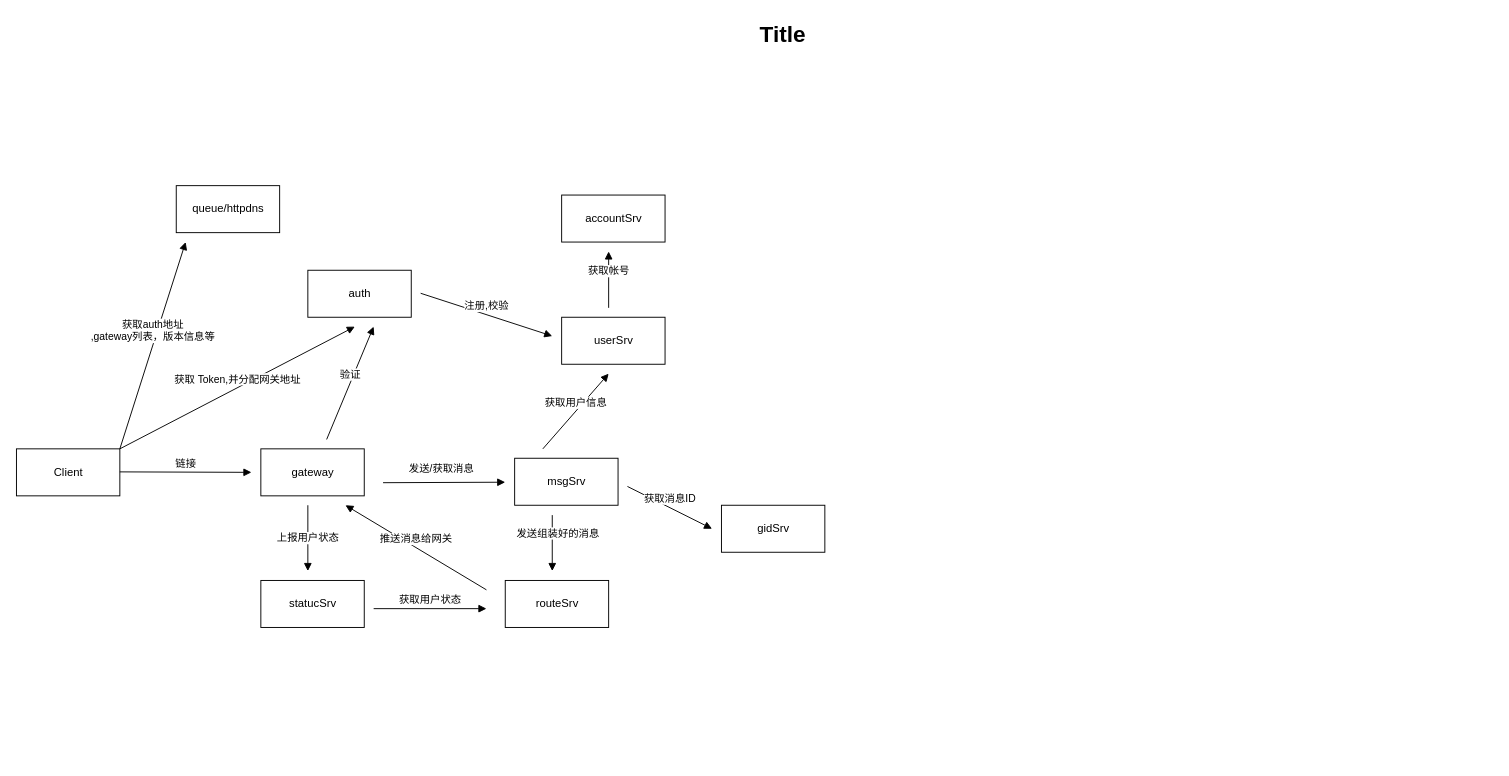
Above: drawio/IM2.0.Process.drawio in hwholiday/learning_tools (draw.io), before the change. Source tidied: cells renumbered, new cells numbered last; positions are measured from the earlier drawing's top-left corner, leaving out a move shared by most shapes. Both pictures are drawn from the tidied source at 94%, with x=0, y=0 at pixel (16, 16).
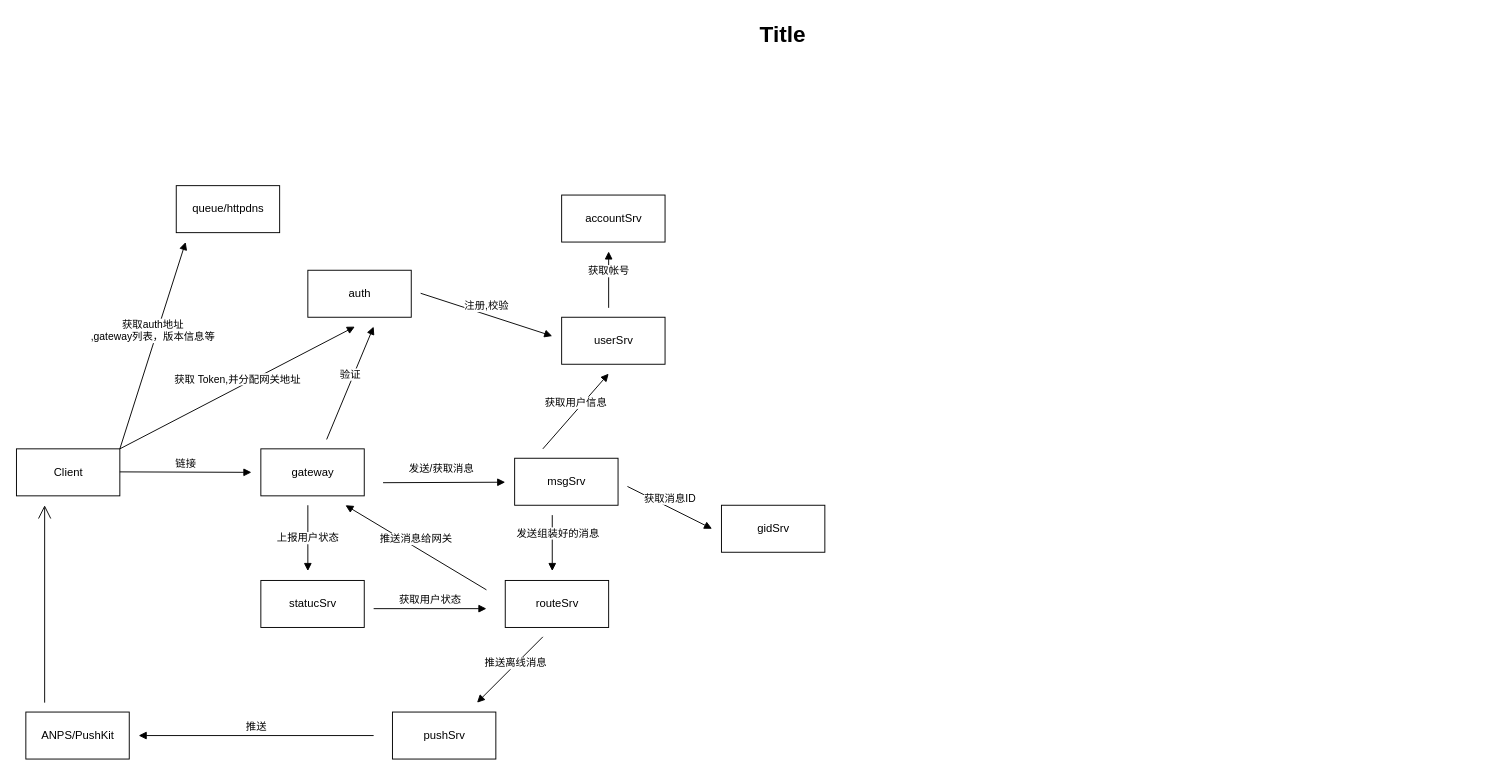
The same page after the edit.

The edit, as a diff of the source:
```diff
@@
+    <mxCell id="26" value="pushSrv" style="html=1;" parent="1" vertex="1">
+      <mxGeometry x="400" y="740" width="110" height="50" as="geometry" />
+    </mxCell>
+    <mxCell id="27" value="推送离线消息" style="html=1;verticalAlign=bottom;endArrow=block;" parent="1" edge="1">
+      <mxGeometry x="-0.05" y="6" relative="1" as="geometry">
+        <mxPoint x="560" y="660" as="sourcePoint" />
+        <mxPoint x="490" y="730" as="targetPoint" />
+      </mxGeometry>
+    </mxCell>
+    <mxCell id="28" value="ANPS/PushKit" style="html=1;" parent="1" vertex="1">
+      <mxGeometry x="10" y="740" width="110" height="50" as="geometry" />
+    </mxCell>
+    <mxCell id="29" style="endArrow=open;endFill=1;endSize=12;html=1;" parent="1" edge="1">
+      <mxGeometry relative="1" as="geometry">
+        <mxPoint x="30" y="730" as="sourcePoint" />
+        <mxPoint x="30" y="520" as="targetPoint" />
+      </mxGeometry>
+    </mxCell>
+    <mxCell id="30" value="推送" style="html=1;verticalAlign=bottom;endArrow=block;" parent="1" edge="1">
+      <mxGeometry relative="1" as="geometry">
+        <mxPoint x="380" y="765" as="sourcePoint" />
+        <mxPoint x="130" y="765" as="targetPoint" />
+      </mxGeometry>
+    </mxCell>
```
